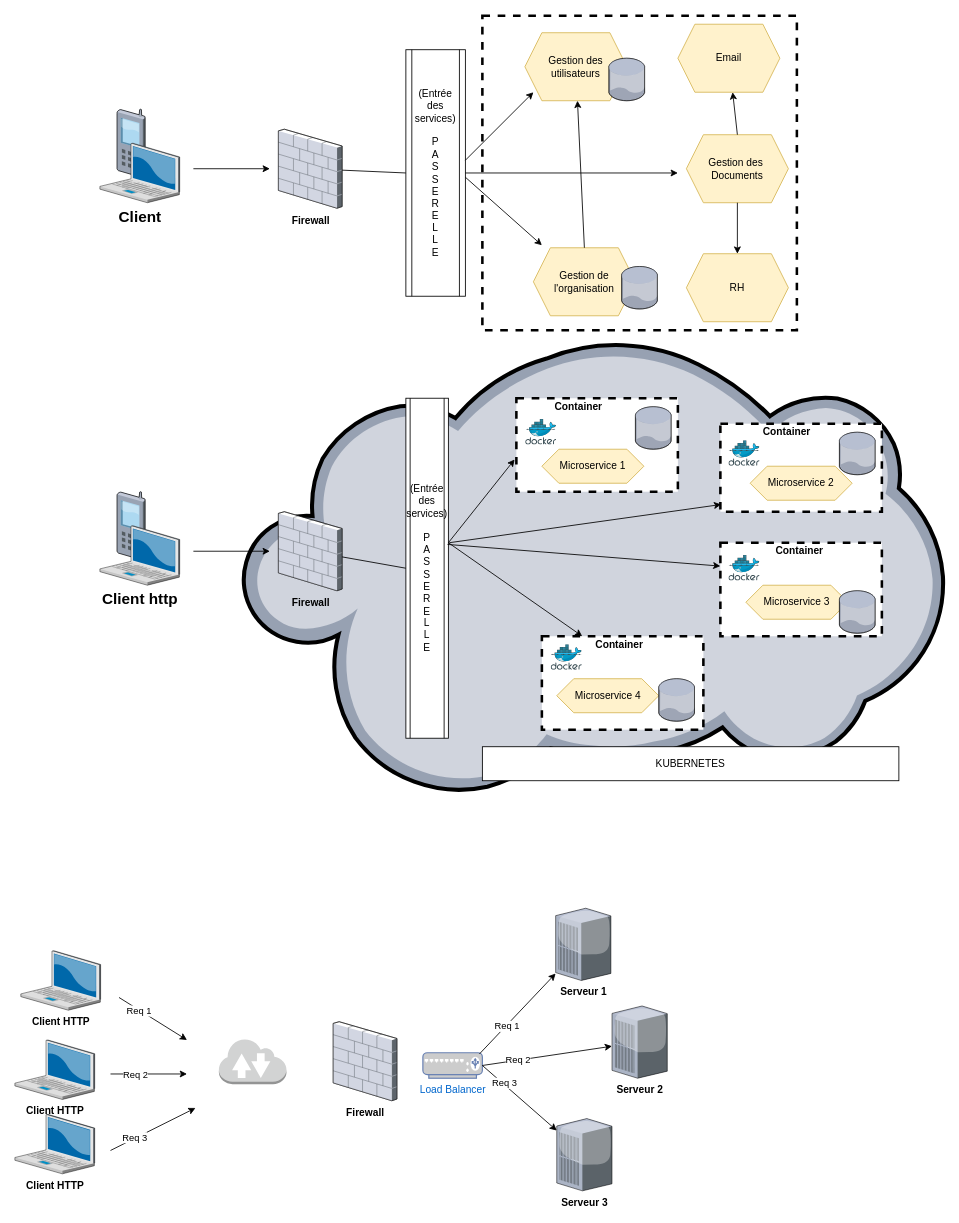
Before: page "P1_FraWorkArchi_Astra" (3 of 8) of AstraComponentDiagr.drawio in Lamessolo/ProjetLeadTech, a draw.io diagram. Source tidied: cells renumbered, new cells numbered last; positions are measured from the earlier drawing's top-left corner, leaving out a move shared by most shapes. Both pictures are drawn from the tidied source at 85%, with x=0, y=0 at pixel (14, 15).
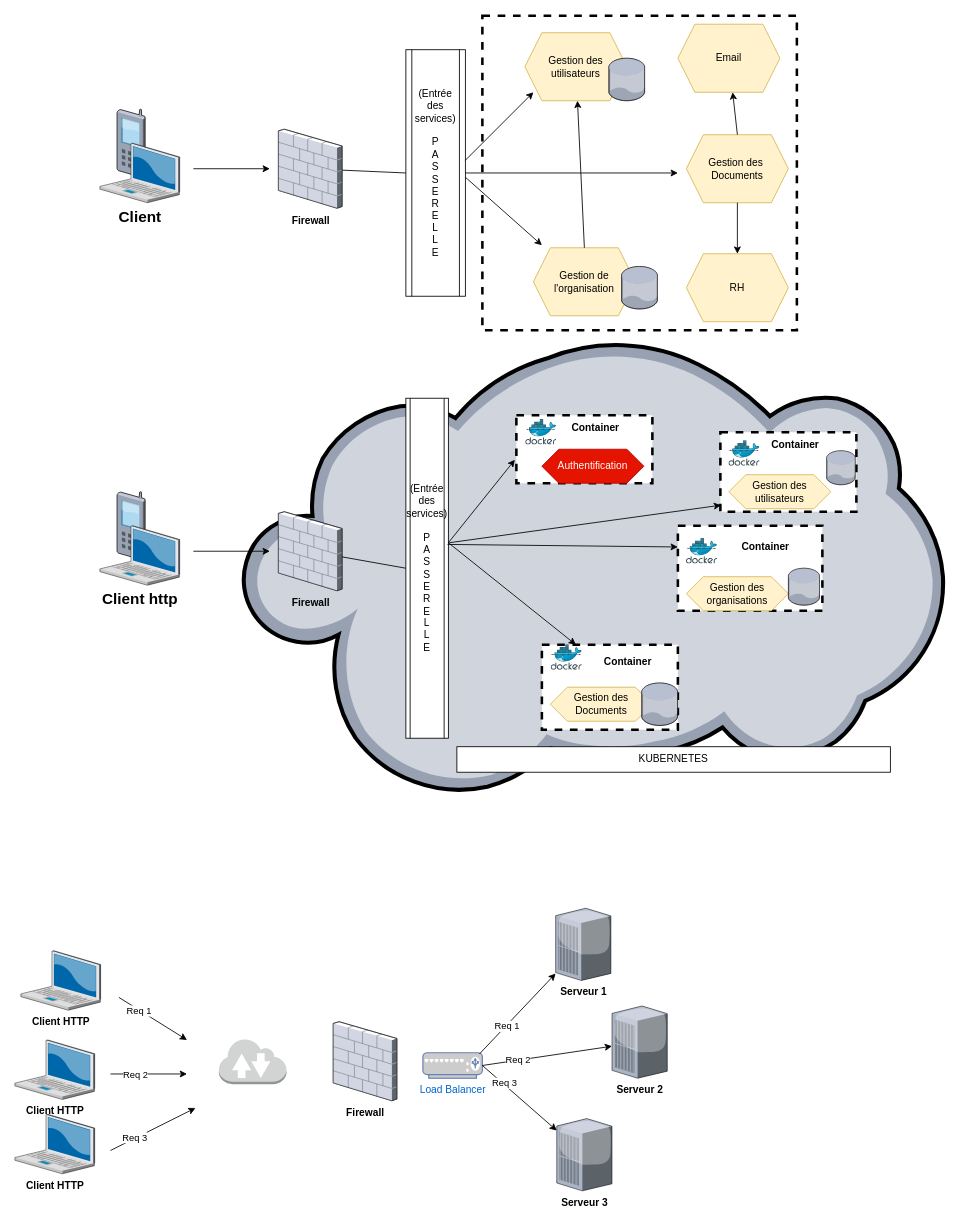
Above is the later version.

The edit, as a diff of the source:
```diff
@@
     <mxCell id="3" style="rounded=0;whiteSpace=wrap;html=1;strokeWidth=3;dashed=1;" parent="1" vertex="1">
-      <mxGeometry x="830" y="620" width="190" height="110" as="geometry" />
+      <mxGeometry x="780" y="600" width="170" height="100" as="geometry" />
     </mxCell>
     <mxCell id="4" style="rounded=0;whiteSpace=wrap;html=1;strokeWidth=3;dashed=1;" parent="1" vertex="1">
-      <mxGeometry x="830" y="480" width="190" height="103.5" as="geometry" />
+      <mxGeometry x="830" y="490" width="160" height="93.5" as="geometry" />
     </mxCell>
     <mxCell id="5" style="rounded=0;whiteSpace=wrap;html=1;strokeWidth=3;dashed=1;" parent="1" vertex="1">
-      <mxGeometry x="620" y="730" width="190" height="110" as="geometry" />
+      <mxGeometry x="620" y="740" width="160" height="100" as="geometry" />
     </mxCell>
@@
     <mxCell id="34" style="rounded=0;whiteSpace=wrap;html=1;strokeWidth=3;dashed=1;" parent="1" vertex="1">
-      <mxGeometry x="590" y="450" width="190" height="110" as="geometry" />
+      <mxGeometry x="590" y="470" width="160" height="80" as="geometry" />
     </mxCell>
@@
-    <mxCell id="38" value="Microservice 2" style="shape=hexagon;perimeter=hexagonPerimeter2;whiteSpace=wrap;html=1;fixedSize=1;fillColor=#fff2cc;strokeColor=#d6b656;" parent="1" vertex="1">
-      <mxGeometry x="865" y="530" width="120" height="40" as="geometry" />
+    <mxCell id="38" value="Gestion des utilisateurs" style="shape=hexagon;perimeter=hexagonPerimeter2;whiteSpace=wrap;html=1;fixedSize=1;fillColor=#fff2cc;strokeColor=#d6b656;" parent="1" vertex="1">
+      <mxGeometry x="840" y="540" width="120" height="40" as="geometry" />
     </mxCell>
-    <mxCell id="39" value="Microservice 1" style="shape=hexagon;perimeter=hexagonPerimeter2;whiteSpace=wrap;html=1;fixedSize=1;fillColor=#fff2cc;strokeColor=#d6b656;" parent="1" vertex="1">
+    <mxCell id="39" value="Authentification" style="shape=hexagon;perimeter=hexagonPerimeter2;whiteSpace=wrap;html=1;fixedSize=1;fillColor=#e51400;strokeColor=#B20000;fontColor=#ffffff;" parent="1" vertex="1">
       <mxGeometry x="620" y="510" width="120" height="40" as="geometry" />
     </mxCell>
-    <mxCell id="40" value="Microservice 4" style="shape=hexagon;perimeter=hexagonPerimeter2;whiteSpace=wrap;html=1;fixedSize=1;fillColor=#fff2cc;strokeColor=#d6b656;" parent="1" vertex="1">
-      <mxGeometry x="637.5" y="780" width="120" height="40" as="geometry" />
+    <mxCell id="40" value="Gestion des Documents" style="shape=hexagon;perimeter=hexagonPerimeter2;whiteSpace=wrap;html=1;fixedSize=1;fillColor=#fff2cc;strokeColor=#d6b656;" parent="1" vertex="1">
+      <mxGeometry x="630" y="790" width="120" height="40" as="geometry" />
     </mxCell>
-    <mxCell id="41" value="Microservice 3" style="shape=hexagon;perimeter=hexagonPerimeter2;whiteSpace=wrap;html=1;fixedSize=1;fillColor=#fff2cc;strokeColor=#d6b656;" parent="1" vertex="1">
-      <mxGeometry x="860" y="670" width="120" height="40" as="geometry" />
+    <mxCell id="41" value="Gestion des organisations" style="shape=hexagon;perimeter=hexagonPerimeter2;whiteSpace=wrap;html=1;fixedSize=1;fillColor=#fff2cc;strokeColor=#d6b656;" parent="1" vertex="1">
+      <mxGeometry x="790" y="660" width="120" height="40" as="geometry" />
     </mxCell>
@@
     <mxCell id="57" style="verticalLabelPosition=bottom;html=1;verticalAlign=top;strokeColor=none;align=center;shape=mxgraph.citrix.database;" parent="1" vertex="1">
-      <mxGeometry x="970" y="490" width="42.5" height="50" as="geometry" />
+      <mxGeometry x="955" y="511.8" width="34" height="40" as="geometry" />
     </mxCell>
-    <mxCell id="58" style="verticalLabelPosition=bottom;html=1;verticalAlign=top;strokeColor=none;align=center;shape=mxgraph.citrix.database;" parent="1" vertex="1">
-      <mxGeometry x="730" y="460" width="42.5" height="50" as="geometry" />
-    </mxCell>
     <mxCell id="59" style="verticalLabelPosition=bottom;html=1;verticalAlign=top;strokeColor=none;align=center;shape=mxgraph.citrix.database;" parent="1" vertex="1">
-      <mxGeometry x="757.5" y="780" width="42.5" height="50" as="geometry" />
+      <mxGeometry x="737.5" y="785" width="42.5" height="50" as="geometry" />
     </mxCell>
     <mxCell id="60" value="&lt;b&gt;Container&amp;nbsp;&lt;/b&gt;" style="text;html=1;strokeColor=none;fillColor=none;align=center;verticalAlign=middle;whiteSpace=wrap;rounded=0;" parent="1" vertex="1">
-      <mxGeometry x="667.5" y="730" width="90" height="20" as="geometry" />
+      <mxGeometry x="677.5" y="750" width="90" height="20" as="geometry" />
     </mxCell>
     <mxCell id="61" value="&lt;b&gt;Container&amp;nbsp;&lt;/b&gt;" style="text;html=1;strokeColor=none;fillColor=none;align=center;verticalAlign=middle;whiteSpace=wrap;rounded=0;" parent="1" vertex="1">
-      <mxGeometry x="880" y="620" width="90" height="20" as="geometry" />
+      <mxGeometry x="840" y="615" width="90" height="20" as="geometry" />
     </mxCell>
     <mxCell id="62" value="&lt;b&gt;Container&amp;nbsp;&lt;/b&gt;" style="text;html=1;strokeColor=none;fillColor=none;align=center;verticalAlign=middle;whiteSpace=wrap;rounded=0;" parent="1" vertex="1">
-      <mxGeometry x="865" y="480" width="90" height="20" as="geometry" />
+      <mxGeometry x="875" y="495" width="90" height="20" as="geometry" />
     </mxCell>
     <mxCell id="63" value="&lt;b&gt;Container&amp;nbsp;&lt;/b&gt;" style="text;html=1;strokeColor=none;fillColor=none;align=center;verticalAlign=middle;whiteSpace=wrap;rounded=0;" parent="1" vertex="1">
-      <mxGeometry x="620" y="450" width="90" height="20" as="geometry" />
+      <mxGeometry x="640" y="475" width="90" height="20" as="geometry" />
     </mxCell>
     <mxCell id="64" style="verticalLabelPosition=bottom;html=1;verticalAlign=top;strokeColor=none;align=center;shape=mxgraph.citrix.database;" parent="1" vertex="1">
-      <mxGeometry x="970" y="676.5" width="42.5" height="50" as="geometry" />
+      <mxGeometry x="910" y="650" width="37" height="43.5" as="geometry" />
     </mxCell>
@@
     <mxCell id="69" value="KUBERNETES" style="rounded=0;whiteSpace=wrap;html=1;" parent="1" vertex="1">
-      <mxGeometry x="550" y="860" width="490" height="40" as="geometry" />
+      <mxGeometry x="520" y="860" width="510" height="30" as="geometry" />
     </mxCell>
@@
     <mxCell id="73" style="html=1;align=center;image;fontSize=12;image=img/lib/mscae/Docker.svg;" parent="1" vertex="1">
-      <mxGeometry x="840" y="635" width="36.6" height="30" as="geometry" />
+      <mxGeometry x="790" y="615" width="36.6" height="30" as="geometry" />
     </mxCell>
```
